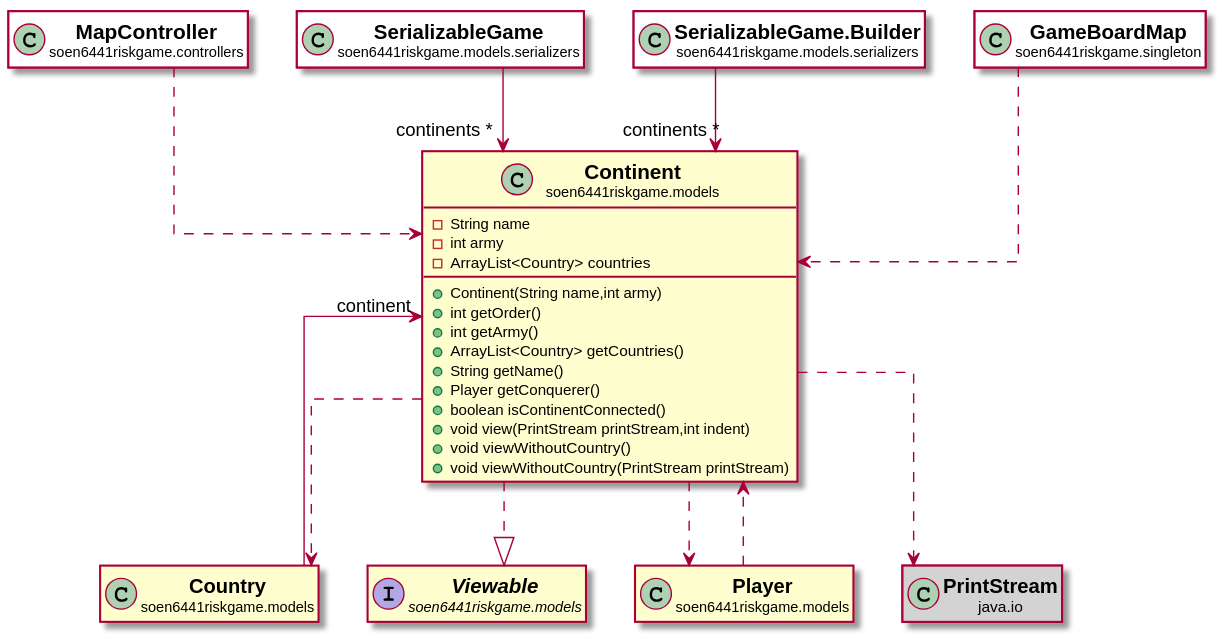
The PlantUML diagram docs/javadocs/soen6441riskgame/models/Continent.svg in huntertran/soen6441-riskgame, before a commit.
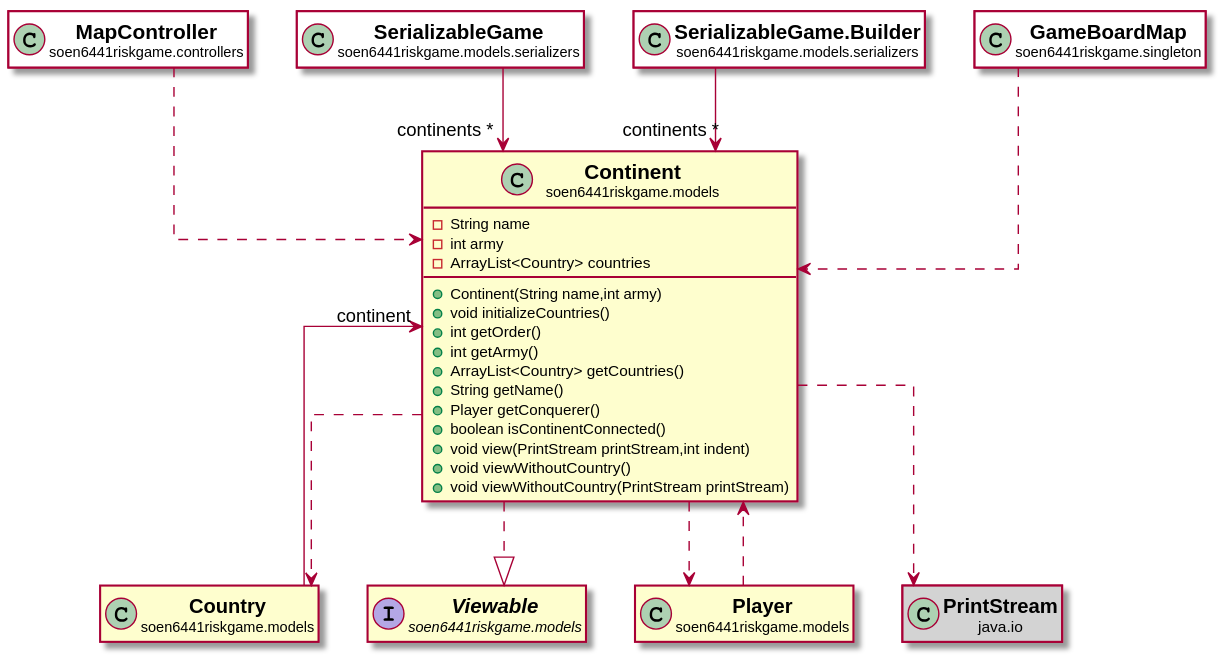
After the change.

The edit, as a diff of the source:
```diff
@@ -8,6 +8,7 @@
 -int army
 -ArrayList<Country> countries
 +Continent(String name,int army)
++void initializeCountries()
 +int getOrder()
 +int getArmy()
 +ArrayList<Country> getCountries()
```
